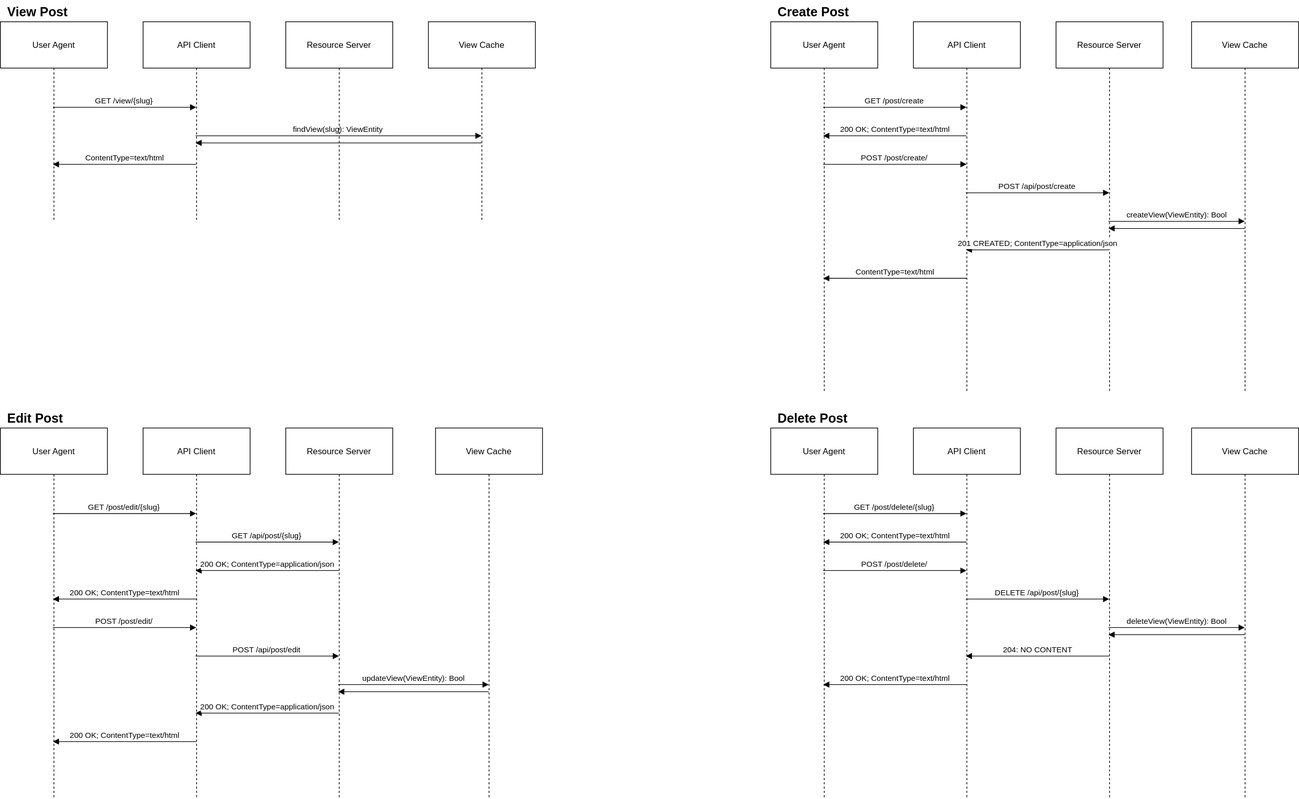
Above: api.drawio.svg in alter-kaker/pepper-docs (draw.io), before the change. Source tidied: cells renumbered, new cells last; positions are measured from the earlier drawing's top-left corner, leaving out a move shared by most shapes.
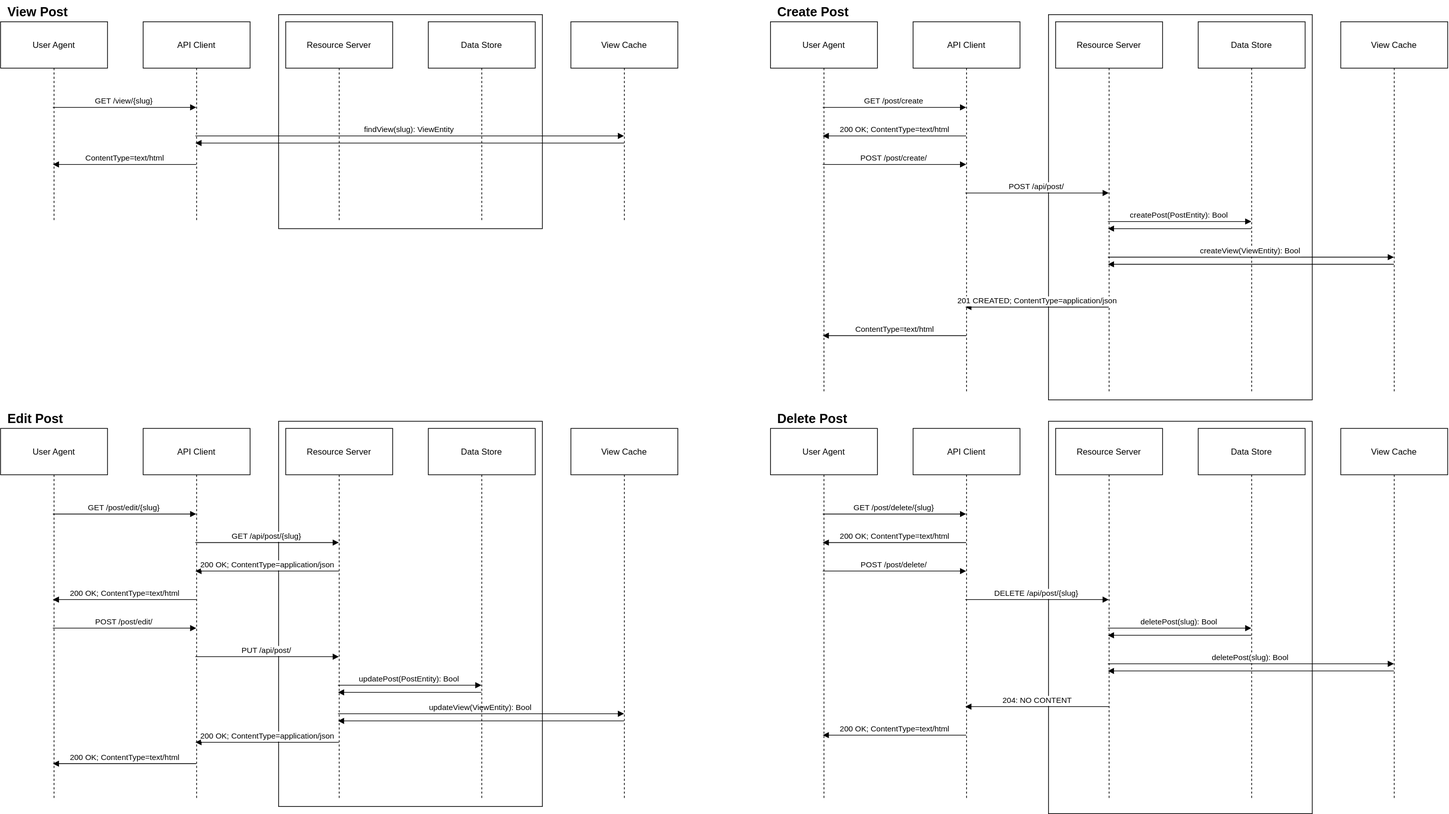
After the change.

Commit message:
add data store to flow

What changed in the source:
```diff
@@ -2,8 +2,20 @@
   <root>
     <mxCell id="0" />
     <mxCell id="1" parent="0" />
+    <mxCell id="52" style="rounded=0;whiteSpace=wrap;html=1;" parent="1" vertex="1">
+      <mxGeometry x="1470" y="20" width="370" height="540" as="geometry" />
+    </mxCell>
+    <mxCell id="53" style="rounded=0;whiteSpace=wrap;html=1;" parent="1" vertex="1">
+      <mxGeometry x="1470" y="590" width="370" height="550" as="geometry" />
+    </mxCell>
+    <mxCell id="54" style="rounded=0;whiteSpace=wrap;html=1;" parent="1" vertex="1">
+      <mxGeometry x="390" y="590" width="370" height="540" as="geometry" />
+    </mxCell>
+    <mxCell id="55" style="rounded=0;whiteSpace=wrap;html=1;" parent="1" vertex="1">
+      <mxGeometry x="390" y="20" width="370" height="300" as="geometry" />
+    </mxCell>
     <mxCell id="2" value="View Cache" style="shape=umlLifeline;perimeter=lifelinePerimeter;whiteSpace=wrap;outlineConnect=0;portConstraint=eastwest;newEdgeStyle={&quot;edgeStyle&quot;:&quot;elbowEdgeStyle&quot;,&quot;elbow&quot;:&quot;vertical&quot;,&quot;curved&quot;:0,&quot;rounded&quot;:0};size=65;" parent="1" vertex="1">
-      <mxGeometry x="600" y="30" width="150" height="280" as="geometry" />
+      <mxGeometry x="800" y="30" width="150" height="280" as="geometry" />
     </mxCell>
     <mxCell id="3" value="findView(slug): ViewEntity" style="verticalAlign=bottom;endArrow=block;edgeStyle=elbowEdgeStyle;elbow=vertical;curved=0;rounded=0;" parent="1" edge="1" source="4" target="2">
       <mxGeometry relative="1" as="geometry">
@@ -92,7 +104,7 @@
         </Array>
       </mxGeometry>
     </mxCell>
-    <mxCell id="20" value="POST /api/post/edit" style="verticalAlign=bottom;endArrow=block;edgeStyle=elbowEdgeStyle;elbow=vertical;rounded=0;" parent="1" edge="1" source="11" target="12">
+    <mxCell id="20" value="PUT /api/post/" style="verticalAlign=bottom;endArrow=block;edgeStyle=elbowEdgeStyle;elbow=vertical;rounded=0;" parent="1" edge="1" source="11" target="12">
       <mxGeometry relative="1" as="geometry">
         <Array as="points">
           <mxPoint x="390" y="920" />
@@ -102,31 +114,31 @@
     <mxCell id="21" value="200 OK; ContentType=application/json" style="verticalAlign=bottom;endArrow=block;edgeStyle=elbowEdgeStyle;elbow=horizontal;curved=0;rounded=0;" parent="1" edge="1" source="12" target="11">
       <mxGeometry relative="1" as="geometry">
         <Array as="points">
-          <mxPoint x="380" y="1000" />
+          <mxPoint x="380" y="1040" />
         </Array>
       </mxGeometry>
     </mxCell>
     <mxCell id="22" value="200 OK; ContentType=text/html" style="verticalAlign=bottom;endArrow=block;edgeStyle=elbowEdgeStyle;elbow=vertical;rounded=0;" parent="1" edge="1" source="11" target="17">
       <mxGeometry relative="1" as="geometry">
         <Array as="points">
-          <mxPoint x="190" y="1040" />
+          <mxPoint x="190" y="1070" />
         </Array>
       </mxGeometry>
     </mxCell>
     <mxCell id="23" value="View Cache" style="shape=umlLifeline;perimeter=lifelinePerimeter;whiteSpace=wrap;outlineConnect=0;portConstraint=eastwest;newEdgeStyle={&quot;edgeStyle&quot;:&quot;elbowEdgeStyle&quot;,&quot;elbow&quot;:&quot;vertical&quot;,&quot;curved&quot;:0,&quot;rounded&quot;:0};size=65;" parent="1" vertex="1">
-      <mxGeometry x="610" y="600" width="150" height="520" as="geometry" />
+      <mxGeometry x="800" y="600" width="150" height="520" as="geometry" />
     </mxCell>
     <mxCell id="24" value="updateView(ViewEntity): Bool" style="verticalAlign=bottom;endArrow=block;edgeStyle=elbowEdgeStyle;elbow=vertical;rounded=0;" parent="1" edge="1" source="12" target="23">
       <mxGeometry relative="1" as="geometry">
         <Array as="points">
-          <mxPoint x="585" y="960" />
+          <mxPoint x="590" y="1000" />
         </Array>
       </mxGeometry>
     </mxCell>
     <mxCell id="25" style="verticalAlign=bottom;endArrow=block;edgeStyle=elbowEdgeStyle;elbow=vertical;rounded=0;" parent="1" edge="1" source="23" target="12">
       <mxGeometry relative="1" as="geometry">
         <Array as="points">
-          <mxPoint x="595" y="970" />
+          <mxPoint x="600" y="1010" />
         </Array>
       </mxGeometry>
     </mxCell>
@@ -173,28 +185,28 @@
     <mxCell id="34" value="204: NO CONTENT" style="verticalAlign=bottom;endArrow=block;edgeStyle=elbowEdgeStyle;elbow=vertical;curved=0;rounded=0;" parent="1" edge="1" source="27" target="26">
       <mxGeometry relative="1" as="geometry">
         <Array as="points">
-          <mxPoint x="1470" y="920" />
+          <mxPoint x="1450" y="990" />
         </Array>
       </mxGeometry>
     </mxCell>
     <mxCell id="35" value="200 OK; ContentType=text/html" style="verticalAlign=bottom;endArrow=block;edgeStyle=elbowEdgeStyle;elbow=vertical;rounded=0;" parent="1" edge="1" source="26" target="30">
       <mxGeometry relative="1" as="geometry">
         <Array as="points">
-          <mxPoint x="1260" y="960" />
+          <mxPoint x="1260" y="1030" />
         </Array>
       </mxGeometry>
     </mxCell>
     <mxCell id="36" value="View Cache" style="shape=umlLifeline;perimeter=lifelinePerimeter;whiteSpace=wrap;outlineConnect=0;portConstraint=eastwest;newEdgeStyle={&quot;edgeStyle&quot;:&quot;elbowEdgeStyle&quot;,&quot;elbow&quot;:&quot;vertical&quot;,&quot;curved&quot;:0,&quot;rounded&quot;:0};size=65;" parent="1" vertex="1">
-      <mxGeometry x="1670" y="600" width="150" height="520" as="geometry" />
+      <mxGeometry x="1880" y="600" width="150" height="520" as="geometry" />
     </mxCell>
-    <mxCell id="37" value="deleteView(ViewEntity): Bool" style="verticalAlign=bottom;endArrow=block;edgeStyle=elbowEdgeStyle;elbow=vertical;rounded=0;" parent="1" edge="1" source="27" target="36">
+    <mxCell id="37" value="deletePost(slug): Bool" style="verticalAlign=bottom;endArrow=block;edgeStyle=elbowEdgeStyle;elbow=horizontal;rounded=0;" parent="1" edge="1" source="27" target="58">
       <mxGeometry relative="1" as="geometry">
         <Array as="points">
           <mxPoint x="1661" y="880" />
         </Array>
       </mxGeometry>
     </mxCell>
-    <mxCell id="38" style="verticalAlign=bottom;endArrow=block;edgeStyle=elbowEdgeStyle;elbow=vertical;rounded=0;" parent="1" edge="1" source="36" target="27">
+    <mxCell id="38" style="verticalAlign=bottom;endArrow=block;edgeStyle=elbowEdgeStyle;elbow=vertical;rounded=0;" parent="1" edge="1" source="58" target="27">
       <mxGeometry relative="1" as="geometry">
         <Array as="points">
           <mxPoint x="1650" y="890" />
@@ -234,7 +246,7 @@
         </Array>
       </mxGeometry>
     </mxCell>
-    <mxCell id="46" value="POST /api/post/create" style="verticalAlign=bottom;endArrow=block;edgeStyle=elbowEdgeStyle;elbow=vertical;rounded=0;" parent="1" edge="1" source="39" target="40">
+    <mxCell id="46" value="POST /api/post/" style="verticalAlign=bottom;endArrow=block;edgeStyle=elbowEdgeStyle;elbow=vertical;rounded=0;" parent="1" edge="1" source="39" target="40">
       <mxGeometry relative="1" as="geometry">
         <Array as="points">
           <mxPoint x="1470" y="270" />
@@ -244,33 +256,87 @@
     <mxCell id="47" value="201 CREATED; ContentType=application/json" style="verticalAlign=bottom;endArrow=block;edgeStyle=elbowEdgeStyle;elbow=vertical;curved=0;rounded=0;" parent="1" edge="1" source="40" target="39">
       <mxGeometry relative="1" as="geometry">
         <Array as="points">
-          <mxPoint x="1470" y="350" />
+          <mxPoint x="1460" y="430" />
         </Array>
       </mxGeometry>
     </mxCell>
     <mxCell id="48" value="ContentType=text/html" style="verticalAlign=bottom;endArrow=block;edgeStyle=elbowEdgeStyle;elbow=vertical;rounded=0;" parent="1" edge="1" source="39" target="43">
       <mxGeometry relative="1" as="geometry">
         <Array as="points">
-          <mxPoint x="1260" y="390" />
+          <mxPoint x="1260" y="470" />
         </Array>
       </mxGeometry>
     </mxCell>
     <mxCell id="49" value="View Cache" style="shape=umlLifeline;perimeter=lifelinePerimeter;whiteSpace=wrap;outlineConnect=0;portConstraint=eastwest;newEdgeStyle={&quot;edgeStyle&quot;:&quot;elbowEdgeStyle&quot;,&quot;elbow&quot;:&quot;vertical&quot;,&quot;curved&quot;:0,&quot;rounded&quot;:0};size=65;" parent="1" vertex="1">
-      <mxGeometry x="1670" y="30" width="150" height="520" as="geometry" />
+      <mxGeometry x="1880" y="30" width="150" height="520" as="geometry" />
     </mxCell>
-    <mxCell id="50" value="createView(ViewEntity): Bool" style="verticalAlign=bottom;endArrow=block;edgeStyle=elbowEdgeStyle;elbow=vertical;rounded=0;" parent="1" edge="1" source="40" target="49">
+    <mxCell id="50" value="createPost(PostEntity): Bool" style="verticalAlign=bottom;endArrow=block;edgeStyle=elbowEdgeStyle;elbow=vertical;rounded=0;" parent="1" edge="1" source="40" target="59">
       <mxGeometry relative="1" as="geometry">
         <Array as="points">
           <mxPoint x="1661" y="310" />
         </Array>
       </mxGeometry>
     </mxCell>
-    <mxCell id="51" style="verticalAlign=bottom;endArrow=block;edgeStyle=elbowEdgeStyle;elbow=vertical;rounded=0;" parent="1" edge="1" source="49" target="40">
+    <mxCell id="51" style="verticalAlign=bottom;endArrow=block;edgeStyle=elbowEdgeStyle;elbow=vertical;rounded=0;" parent="1" edge="1" source="59" target="40">
       <mxGeometry relative="1" as="geometry">
         <Array as="points">
           <mxPoint x="1650" y="320" />
         </Array>
       </mxGeometry>
     </mxCell>
+    <mxCell id="56" value="Data Store" style="shape=umlLifeline;perimeter=lifelinePerimeter;whiteSpace=wrap;newEdgeStyle={&quot;edgeStyle&quot;:&quot;elbowEdgeStyle&quot;,&quot;elbow&quot;:&quot;vertical&quot;,&quot;curved&quot;:0,&quot;rounded&quot;:0};size=65;" parent="1" vertex="1">
+      <mxGeometry x="600" y="30" width="150" height="280" as="geometry" />
+    </mxCell>
+    <mxCell id="57" value="Data Store" style="shape=umlLifeline;perimeter=lifelinePerimeter;whiteSpace=wrap;outlineConnect=0;portConstraint=eastwest;newEdgeStyle={&quot;edgeStyle&quot;:&quot;elbowEdgeStyle&quot;,&quot;elbow&quot;:&quot;vertical&quot;,&quot;curved&quot;:0,&quot;rounded&quot;:0};size=65;" parent="1" vertex="1">
+      <mxGeometry x="600" y="600" width="150" height="520" as="geometry" />
+    </mxCell>
+    <mxCell id="58" value="Data Store" style="shape=umlLifeline;perimeter=lifelinePerimeter;whiteSpace=wrap;outlineConnect=0;portConstraint=eastwest;newEdgeStyle={&quot;edgeStyle&quot;:&quot;elbowEdgeStyle&quot;,&quot;elbow&quot;:&quot;vertical&quot;,&quot;curved&quot;:0,&quot;rounded&quot;:0};size=65;" parent="1" vertex="1">
+      <mxGeometry x="1680" y="600" width="150" height="520" as="geometry" />
+    </mxCell>
+    <mxCell id="59" value="Data Store" style="shape=umlLifeline;perimeter=lifelinePerimeter;whiteSpace=wrap;outlineConnect=0;portConstraint=eastwest;newEdgeStyle={&quot;edgeStyle&quot;:&quot;elbowEdgeStyle&quot;,&quot;elbow&quot;:&quot;vertical&quot;,&quot;curved&quot;:0,&quot;rounded&quot;:0};size=65;" parent="1" vertex="1">
+      <mxGeometry x="1680" y="30" width="150" height="520" as="geometry" />
+    </mxCell>
+    <mxCell id="60" value="updatePost(PostEntity): Bool" style="verticalAlign=bottom;endArrow=block;edgeStyle=elbowEdgeStyle;elbow=horizontal;curved=0;rounded=0;" parent="1" edge="1" source="12" target="57">
+      <mxGeometry relative="1" as="geometry">
+        <Array as="points">
+          <mxPoint x="580" y="960" />
+        </Array>
+      </mxGeometry>
+    </mxCell>
+    <mxCell id="61" style="verticalAlign=bottom;endArrow=block;edgeStyle=elbowEdgeStyle;elbow=vertical;rounded=0;" parent="1" edge="1" source="57" target="12">
+      <mxGeometry relative="1" as="geometry">
+        <Array as="points">
+          <mxPoint x="570" y="970" />
+        </Array>
+      </mxGeometry>
+    </mxCell>
+    <mxCell id="62" value="deletePost(slug): Bool" style="verticalAlign=bottom;endArrow=block;edgeStyle=elbowEdgeStyle;elbow=vertical;rounded=0;" parent="1" edge="1" source="27" target="36">
+      <mxGeometry relative="1" as="geometry">
+        <Array as="points">
+          <mxPoint x="1657" y="930" />
+        </Array>
+      </mxGeometry>
+    </mxCell>
+    <mxCell id="63" style="verticalAlign=bottom;endArrow=block;edgeStyle=elbowEdgeStyle;elbow=vertical;rounded=0;" parent="1" edge="1" source="36" target="27">
+      <mxGeometry relative="1" as="geometry">
+        <Array as="points">
+          <mxPoint x="1646" y="940" />
+        </Array>
+      </mxGeometry>
+    </mxCell>
+    <mxCell id="64" value="createView(ViewEntity): Bool" style="verticalAlign=bottom;endArrow=block;edgeStyle=elbowEdgeStyle;elbow=vertical;rounded=0;" parent="1" edge="1" source="40" target="49">
+      <mxGeometry relative="1" as="geometry">
+        <Array as="points">
+          <mxPoint x="1670" y="360" />
+        </Array>
+      </mxGeometry>
+    </mxCell>
+    <mxCell id="65" style="verticalAlign=bottom;endArrow=block;edgeStyle=elbowEdgeStyle;elbow=vertical;rounded=0;" parent="1" edge="1" source="49" target="40">
+      <mxGeometry relative="1" as="geometry">
+        <Array as="points">
+          <mxPoint x="1660" y="370" />
+        </Array>
+      </mxGeometry>
+    </mxCell>
   </root>
 </mxGraphModel>
```
